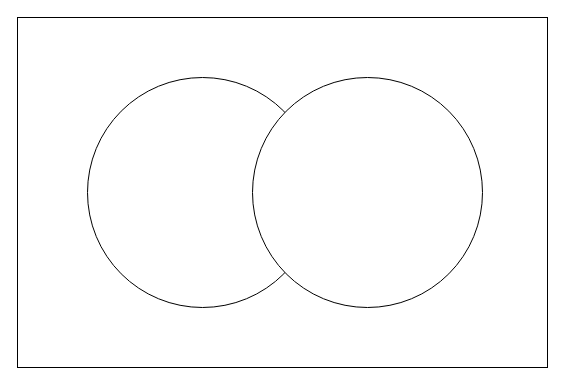
Before: Fullstack_flow.drawio in sausdeveloperr/visualiser, a draw.io diagram. Source tidied: cells renumbered, new cells numbered last; positions are measured from the earlier drawing's top-left corner, leaving out a move shared by most shapes. Both pictures are drawn from the tidied source at 100%, with x=0, y=0 at pixel (17, 17).
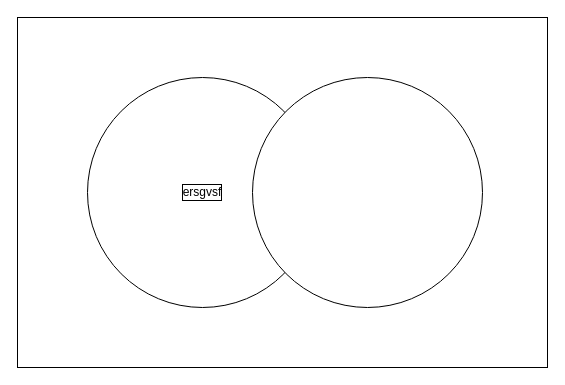
The same diagram, later.

Change to the diagram source:
```diff
@@
 <mxGraphModel>
   <root>
     <mxCell id="0" />
     <mxCell id="1" parent="0" />
     <mxCell id="2" style="rounded=0;whiteSpace=wrap;html=1;" parent="1" vertex="1">
       <mxGeometry width="530" height="350" as="geometry" />
     </mxCell>
-    <mxCell id="3" style="ellipse;whiteSpace=wrap;html=1;shadow=0;labelBackgroundColor=none;labelBorderColor=default;" parent="1" vertex="1">
+    <mxCell id="3" value="ersgvsf" style="ellipse;whiteSpace=wrap;html=1;shadow=0;labelBackgroundColor=none;labelBorderColor=default;" parent="1" vertex="1">
       <mxGeometry x="70" y="60" width="230" height="230" as="geometry" />
     </mxCell>
     <mxCell id="4" style="ellipse;whiteSpace=wrap;html=1;shadow=0;labelBackgroundColor=none;labelBorderColor=default;" parent="1" vertex="1">
       <mxGeometry x="235" y="60" width="230" height="230" as="geometry" />
     </mxCell>
   </root>
 </mxGraphModel>
```
